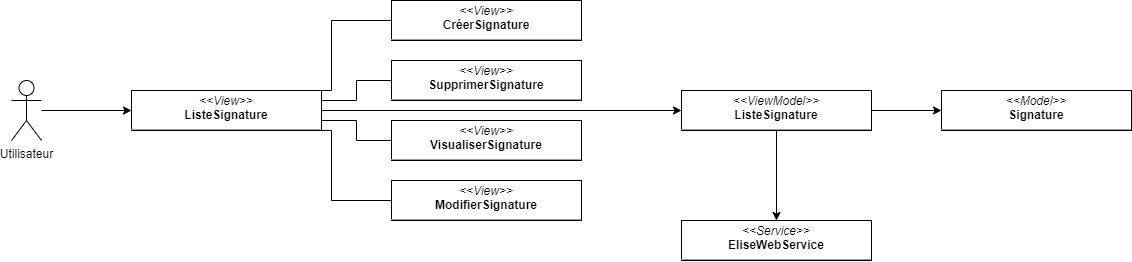
PFE-Neoledge-2023/rapport keeps this draw.io diagram as images_pfe/dca_sprint2.png. Above is the earlier version. Source tidied: cells renumbered, new cells last; positions are measured from the earlier drawing's top-left corner, leaving out a move shared by most shapes.
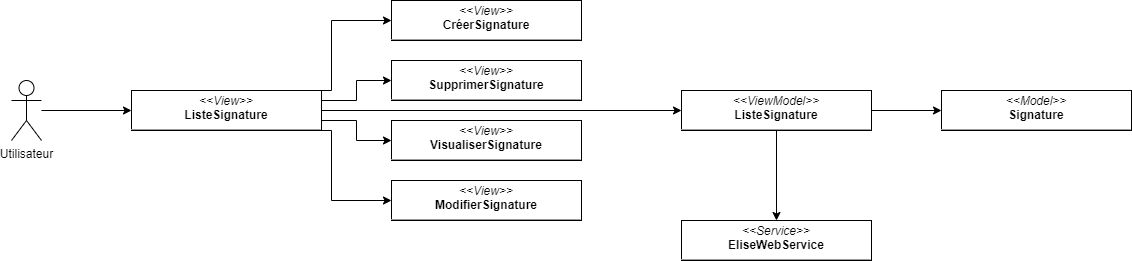
After the change.

Diff of the diagram source:
```diff
@@ -11,7 +11,7 @@
     <mxCell id="4" style="edgeStyle=orthogonalEdgeStyle;rounded=0;jettySize=auto;html=1;entryX=0;entryY=0.5;entryDx=0;entryDy=0;startArrow=none;startFill=0;" parent="1" edge="1" source="9" target="11">
       <mxGeometry relative="1" as="geometry" />
     </mxCell>
-    <mxCell id="5" style="edgeStyle=orthogonalEdgeStyle;rounded=0;html=1;exitX=1;exitY=0;exitDx=0;exitDy=0;entryX=0;entryY=0.5;entryDx=0;entryDy=0;startArrow=none;startFill=0;endArrow=none;endFill=0;" parent="1" edge="1" source="9" target="12">
+    <mxCell id="5" style="edgeStyle=orthogonalEdgeStyle;rounded=0;html=1;exitX=1;exitY=0;exitDx=0;exitDy=0;entryX=0;entryY=0.5;entryDx=0;entryDy=0;startArrow=none;startFill=0;endArrow=classic;endFill=1;" parent="1" edge="1" source="9" target="12">
       <mxGeometry relative="1" as="geometry">
         <Array as="points">
           <mxPoint x="320" y="90" />
@@ -19,13 +19,13 @@
         </Array>
       </mxGeometry>
     </mxCell>
-    <mxCell id="6" style="edgeStyle=orthogonalEdgeStyle;rounded=0;html=1;exitX=1;exitY=0.25;exitDx=0;exitDy=0;entryX=0;entryY=0.5;entryDx=0;entryDy=0;startArrow=none;startFill=0;endArrow=none;endFill=0;" parent="1" edge="1" source="9" target="14">
+    <mxCell id="6" style="edgeStyle=orthogonalEdgeStyle;rounded=0;html=1;exitX=1;exitY=0.25;exitDx=0;exitDy=0;entryX=0;entryY=0.5;entryDx=0;entryDy=0;startArrow=none;startFill=0;endArrow=classic;endFill=1;" parent="1" edge="1" source="9" target="14">
       <mxGeometry relative="1" as="geometry" />
     </mxCell>
-    <mxCell id="7" style="edgeStyle=orthogonalEdgeStyle;rounded=0;html=1;exitX=1;exitY=0.75;exitDx=0;exitDy=0;entryX=0;entryY=0.5;entryDx=0;entryDy=0;startArrow=none;startFill=0;endArrow=none;endFill=0;" parent="1" edge="1" source="9" target="15">
+    <mxCell id="7" style="edgeStyle=orthogonalEdgeStyle;rounded=0;html=1;exitX=1;exitY=0.75;exitDx=0;exitDy=0;entryX=0;entryY=0.5;entryDx=0;entryDy=0;startArrow=none;startFill=0;endArrow=classic;endFill=1;" parent="1" edge="1" source="9" target="15">
       <mxGeometry relative="1" as="geometry" />
     </mxCell>
-    <mxCell id="8" style="edgeStyle=orthogonalEdgeStyle;rounded=0;html=1;exitX=1;exitY=1;exitDx=0;exitDy=0;entryX=0;entryY=0.5;entryDx=0;entryDy=0;startArrow=none;startFill=0;endArrow=none;endFill=0;" parent="1" edge="1" source="9" target="13">
+    <mxCell id="8" style="edgeStyle=orthogonalEdgeStyle;rounded=0;html=1;exitX=1;exitY=1;exitDx=0;exitDy=0;entryX=0;entryY=0.5;entryDx=0;entryDy=0;startArrow=none;startFill=0;endArrow=classic;endFill=1;" parent="1" edge="1" source="9" target="13">
       <mxGeometry relative="1" as="geometry">
         <Array as="points">
           <mxPoint x="320" y="130" />
```
